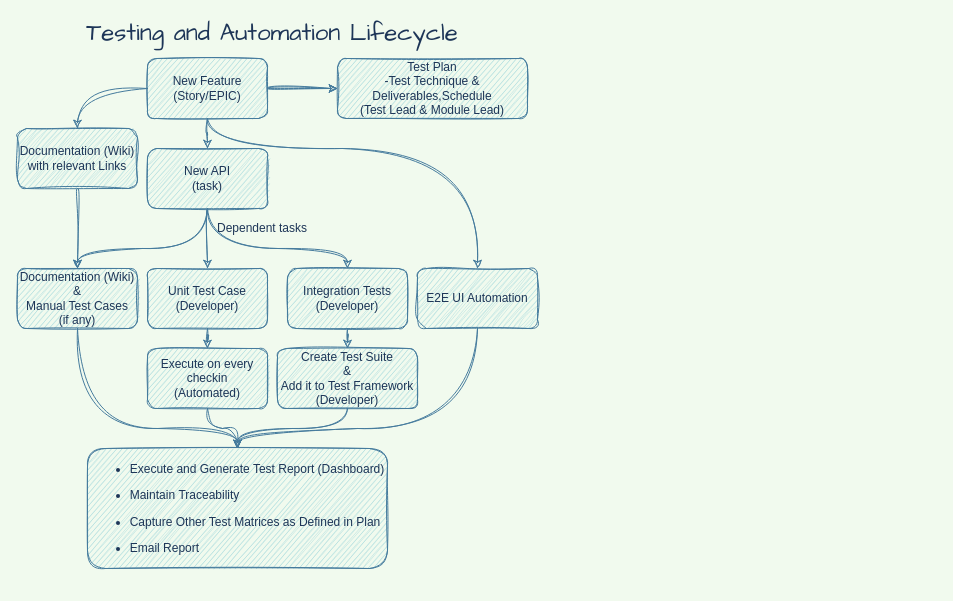
ashokmazumder/adobe keeps this draw.io diagram as FeatureWorkflow.drawio. Above is the earlier version. Source tidied: cells renumbered, new cells numbered last; positions are measured from the earlier drawing's top-left corner, leaving out a move shared by most shapes. Both pictures are drawn from the tidied source at 100%, with x=0, y=0 at pixel (17, 28).
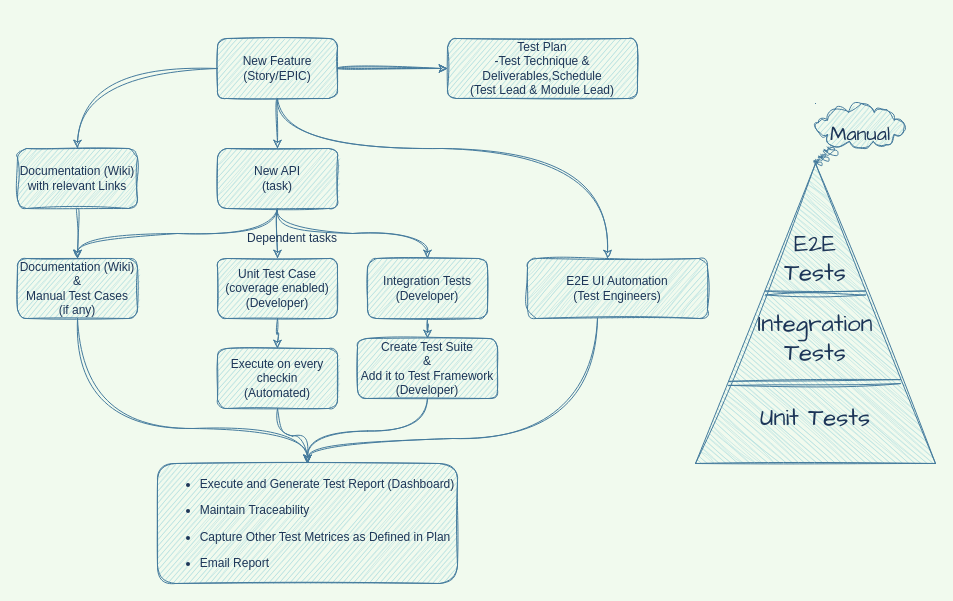
The same diagram, later.

Change to the diagram source:
```diff
@@
-    <mxCell id="4" style="edgeStyle=orthogonalEdgeStyle;curved=1;sketch=1;hachureGap=4;jiggle=2;jettySize=auto;html=1;strokeColor=#457B9D;fontFamily=Helvetica;fontSize=12;fontColor=#1D3557;" parent="1" edge="1" source="7" target="26">
+    <mxCell id="4" style="edgeStyle=orthogonalEdgeStyle;curved=1;sketch=1;hachureGap=4;jiggle=2;jettySize=auto;html=1;strokeColor=#457B9D;fontFamily=Helvetica;fontSize=12;fontColor=#1D3557;labelBackgroundColor=#F1FAEE;" parent="1" edge="1" source="7" target="26">
       <mxGeometry relative="1" as="geometry" />
     </mxCell>
-    <mxCell id="5" style="edgeStyle=orthogonalEdgeStyle;curved=1;sketch=1;hachureGap=4;jiggle=2;jettySize=auto;html=1;strokeColor=#457B9D;fontFamily=Helvetica;fontSize=12;fontColor=#1D3557;" parent="1" edge="1" source="7" target="8">
+    <mxCell id="5" style="edgeStyle=orthogonalEdgeStyle;curved=1;sketch=1;hachureGap=4;jiggle=2;jettySize=auto;html=1;strokeColor=#457B9D;fontFamily=Helvetica;fontSize=12;fontColor=#1D3557;labelBackgroundColor=#F1FAEE;" parent="1" edge="1" source="7" target="8">
       <mxGeometry relative="1" as="geometry" />
     </mxCell>
-    <mxCell id="6" style="edgeStyle=orthogonalEdgeStyle;curved=1;sketch=1;hachureGap=4;jiggle=2;jettySize=auto;html=1;strokeColor=#457B9D;fontFamily=Helvetica;fontSize=12;fontColor=#1D3557;" parent="1" edge="1" source="7" target="28">
+    <mxCell id="6" style="edgeStyle=orthogonalEdgeStyle;curved=1;sketch=1;hachureGap=4;jiggle=2;jettySize=auto;html=1;strokeColor=#457B9D;fontFamily=Helvetica;fontSize=12;fontColor=#1D3557;labelBackgroundColor=#F1FAEE;" parent="1" edge="1" source="7" target="28">
       <mxGeometry relative="1" as="geometry">
         <Array as="points">
-          <mxPoint x="190" y="120" />
-          <mxPoint x="460" y="120" />
+          <mxPoint x="260" y="120" />
+          <mxPoint x="590" y="120" />
         </Array>
       </mxGeometry>
     </mxCell>
     <mxCell id="7" value="New Feature&lt;br&gt;(Story/EPIC)" style="rounded=1;whiteSpace=wrap;html=1;fillColor=#A8DADC;strokeColor=#457B9D;fontColor=#1D3557;sketch=1;" parent="1" vertex="1">
-      <mxGeometry x="130" y="30" width="120" height="60" as="geometry" />
+      <mxGeometry x="200" y="10" width="120" height="60" as="geometry" />
     </mxCell>
     <mxCell id="8" value="Test Plan &lt;br&gt;-Test Technique &amp;amp; Deliverables,Schedule&lt;br&gt;(Test Lead &amp;amp; Module Lead)" style="rounded=1;whiteSpace=wrap;html=1;fillColor=#A8DADC;strokeColor=#457B9D;fontColor=#1D3557;sketch=1;" parent="1" vertex="1">
-      <mxGeometry x="320" y="30" width="190" height="60" as="geometry" />
+      <mxGeometry x="430" y="10" width="190" height="60" as="geometry" />
     </mxCell>
+    <mxCell id="10" style="edgeStyle=orthogonalEdgeStyle;rounded=1;jettySize=auto;html=1;entryX=0.5;entryY=0;entryDx=0;entryDy=0;labelBackgroundColor=#F1FAEE;strokeColor=#457B9D;fontColor=#1D3557;curved=1;sketch=1;" parent="1" edge="1" source="12" target="16">
+      <mxGeometry relative="1" as="geometry" />
+    </mxCell>
+    <mxCell id="30" style="edgeStyle=orthogonalEdgeStyle;curved=1;sketch=1;hachureGap=4;jiggle=2;jettySize=auto;html=1;exitX=0.5;exitY=1;exitDx=0;exitDy=0;entryX=0.5;entryY=0;entryDx=0;entryDy=0;strokeColor=#457B9D;fontFamily=Architects Daughter;fontSize=24;fontColor=#1D3557;labelBackgroundColor=#F1FAEE;" parent="1" edge="1" source="12" target="14">
+      <mxGeometry relative="1" as="geometry" />
+    </mxCell>
-    <mxCell id="9" style="edgeStyle=orthogonalEdgeStyle;rounded=1;jettySize=auto;html=1;exitX=0.5;exitY=1;exitDx=0;exitDy=0;labelBackgroundColor=#F1FAEE;strokeColor=#457B9D;fontColor=#1D3557;curved=1;sketch=1;" parent="1" edge="1" source="12" target="22">
-      <mxGeometry relative="1" as="geometry">
-        <Array as="points">
-          <mxPoint x="190" y="220" />
-          <mxPoint x="60" y="220" />
-        </Array>
-      </mxGeometry>
+    <mxCell id="9" style="edgeStyle=orthogonalEdgeStyle;curved=1;sketch=1;hachureGap=4;jiggle=2;jettySize=auto;html=1;exitX=0.5;exitY=1;exitDx=0;exitDy=0;entryX=0.5;entryY=0;entryDx=0;entryDy=0;strokeColor=#457B9D;fontFamily=Architects Daughter;fontSize=24;fontColor=#1D3557;labelBackgroundColor=#F1FAEE;" parent="1" edge="1" source="12" target="22">
+      <mxGeometry relative="1" as="geometry" />
     </mxCell>
-    <mxCell id="10" style="edgeStyle=orthogonalEdgeStyle;rounded=1;jettySize=auto;html=1;entryX=0.5;entryY=0;entryDx=0;entryDy=0;labelBackgroundColor=#F1FAEE;strokeColor=#457B9D;fontColor=#1D3557;curved=1;sketch=1;" parent="1" edge="1" source="12" target="16">
-      <mxGeometry relative="1" as="geometry" />
-    </mxCell>
-    <mxCell id="11" style="edgeStyle=orthogonalEdgeStyle;rounded=1;jettySize=auto;html=1;entryX=0.5;entryY=0;entryDx=0;entryDy=0;labelBackgroundColor=#F1FAEE;strokeColor=#457B9D;fontColor=#1D3557;curved=1;sketch=1;" parent="1" edge="1" target="14">
-      <mxGeometry relative="1" as="geometry">
-        <mxPoint x="190" y="180" as="sourcePoint" />
-        <Array as="points">
-          <mxPoint x="190" y="220" />
-          <mxPoint x="330" y="220" />
-        </Array>
-      </mxGeometry>
-    </mxCell>
     <mxCell id="12" value="New API&lt;br&gt;(task)" style="whiteSpace=wrap;html=1;rounded=1;fillColor=#A8DADC;strokeColor=#457B9D;fontColor=#1D3557;sketch=1;" parent="1" vertex="1">
-      <mxGeometry x="130" y="120" width="120" height="60" as="geometry" />
+      <mxGeometry x="200" y="120" width="120" height="60" as="geometry" />
     </mxCell>
@@
     <mxCell id="14" value="Integration Tests&lt;br&gt;(Developer)" style="whiteSpace=wrap;html=1;rounded=1;fillColor=#A8DADC;strokeColor=#457B9D;fontColor=#1D3557;sketch=1;" parent="1" vertex="1">
-      <mxGeometry x="270" y="240" width="120" height="60" as="geometry" />
+      <mxGeometry x="350" y="230" width="120" height="60" as="geometry" />
     </mxCell>
@@
-    <mxCell id="16" value="Unit Test Case&lt;br&gt;(Developer)" style="whiteSpace=wrap;html=1;rounded=1;fillColor=#A8DADC;strokeColor=#457B9D;fontColor=#1D3557;sketch=1;" parent="1" vertex="1">
-      <mxGeometry x="130" y="240" width="120" height="60" as="geometry" />
+    <mxCell id="16" value="Unit Test Case (coverage enabled)&lt;br&gt;(Developer)" style="whiteSpace=wrap;html=1;rounded=1;fillColor=#A8DADC;strokeColor=#457B9D;fontColor=#1D3557;sketch=1;" parent="1" vertex="1">
+      <mxGeometry x="200" y="230" width="120" height="60" as="geometry" />
     </mxCell>
@@
     <mxCell id="18" value="Create Test Suite&lt;br&gt;&amp;amp;&lt;br&gt;Add it to Test Framework&lt;br&gt;(Developer)" style="whiteSpace=wrap;html=1;rounded=1;fillColor=#A8DADC;strokeColor=#457B9D;fontColor=#1D3557;sketch=1;" parent="1" vertex="1">
-      <mxGeometry x="260" y="320" width="140" height="60" as="geometry" />
+      <mxGeometry x="340" y="310" width="140" height="60" as="geometry" />
     </mxCell>
-    <mxCell id="19" style="edgeStyle=orthogonalEdgeStyle;curved=1;sketch=1;hachureGap=4;jiggle=2;jettySize=auto;html=1;strokeColor=#457B9D;fontFamily=Helvetica;fontSize=12;fontColor=#1D3557;" parent="1" edge="1" source="20" target="23">
+    <mxCell id="19" style="edgeStyle=orthogonalEdgeStyle;curved=1;sketch=1;hachureGap=4;jiggle=2;jettySize=auto;html=1;strokeColor=#457B9D;fontFamily=Helvetica;fontSize=12;fontColor=#1D3557;labelBackgroundColor=#F1FAEE;" parent="1" edge="1" source="20" target="23">
       <mxGeometry relative="1" as="geometry" />
     </mxCell>
     <mxCell id="20" value="Execute on every checkin&lt;br&gt;(Automated)" style="whiteSpace=wrap;html=1;rounded=1;fillColor=#A8DADC;strokeColor=#457B9D;fontColor=#1D3557;sketch=1;" parent="1" vertex="1">
-      <mxGeometry x="130" y="320" width="120" height="60" as="geometry" />
+      <mxGeometry x="200" y="320" width="120" height="60" as="geometry" />
     </mxCell>
-    <mxCell id="21" style="edgeStyle=orthogonalEdgeStyle;curved=1;sketch=1;hachureGap=4;jiggle=2;jettySize=auto;html=1;strokeColor=#457B9D;fontFamily=Helvetica;fontSize=12;fontColor=#1D3557;entryX=0.5;entryY=0;entryDx=0;entryDy=0;" parent="1" edge="1" source="22" target="23">
+    <mxCell id="21" style="edgeStyle=orthogonalEdgeStyle;curved=1;sketch=1;hachureGap=4;jiggle=2;jettySize=auto;html=1;strokeColor=#457B9D;fontFamily=Architects Daughter;fontSize=24;fontColor=#1D3557;exitX=0.5;exitY=1;exitDx=0;exitDy=0;labelBackgroundColor=#F1FAEE;" parent="1" edge="1" source="22" target="23">
       <mxGeometry relative="1" as="geometry">
         <Array as="points">
           <mxPoint x="60" y="400" />
-          <mxPoint x="220" y="400" />
+          <mxPoint x="290" y="400" />
         </Array>
       </mxGeometry>
     </mxCell>
     <mxCell id="22" value="Documentation (Wiki)&lt;br&gt;&amp;amp;&lt;br&gt;Manual Test Cases &lt;br&gt;(if any)" style="whiteSpace=wrap;html=1;rounded=1;fillColor=#A8DADC;strokeColor=#457B9D;fontColor=#1D3557;sketch=1;" parent="1" vertex="1">
-      <mxGeometry y="240" width="120" height="60" as="geometry" />
+      <mxGeometry y="230" width="120" height="60" as="geometry" />
     </mxCell>
-    <mxCell id="23" value="&lt;div style=&quot;text-align: left;&quot;&gt;&lt;ul&gt;&lt;li&gt;&lt;span style=&quot;background-color: initial;&quot;&gt;Execute and Generate Test Report (Dashboard)&lt;/span&gt;&lt;/li&gt;&lt;/ul&gt;&lt;ul&gt;&lt;li&gt;&lt;span style=&quot;background-color: initial;&quot;&gt;Maintain&amp;nbsp;&lt;/span&gt;Traceability&lt;/li&gt;&lt;/ul&gt;&lt;ul&gt;&lt;li&gt;Capture Other Test Matrices as Defined in Plan&lt;/li&gt;&lt;/ul&gt;&lt;ul&gt;&lt;li&gt;Email Report&lt;/li&gt;&lt;/ul&gt;&lt;/div&gt;" style="whiteSpace=wrap;html=1;rounded=1;fillColor=#A8DADC;strokeColor=#457B9D;fontColor=#1D3557;sketch=1;" parent="1" vertex="1">
-      <mxGeometry x="70" y="420" width="300" height="120" as="geometry" />
+    <mxCell id="23" value="&lt;div style=&quot;text-align: left;&quot;&gt;&lt;ul&gt;&lt;li&gt;&lt;span style=&quot;background-color: initial;&quot;&gt;Execute and Generate Test Report (Dashboard)&lt;/span&gt;&lt;/li&gt;&lt;/ul&gt;&lt;ul&gt;&lt;li&gt;&lt;span style=&quot;background-color: initial;&quot;&gt;Maintain&amp;nbsp;&lt;/span&gt;Traceability&lt;/li&gt;&lt;/ul&gt;&lt;ul&gt;&lt;li&gt;Capture Other Test Metrices as Defined in Plan&lt;/li&gt;&lt;/ul&gt;&lt;ul&gt;&lt;li&gt;Email Report&lt;/li&gt;&lt;/ul&gt;&lt;/div&gt;" style="whiteSpace=wrap;html=1;rounded=1;fillColor=#A8DADC;strokeColor=#457B9D;fontColor=#1D3557;sketch=1;" parent="1" vertex="1">
+      <mxGeometry x="140" y="435" width="300" height="120" as="geometry" />
     </mxCell>
-    <mxCell id="24" value="&lt;font color=&quot;#1d3557&quot;&gt;Dependent tasks&lt;/font&gt;" style="text;html=1;strokeColor=none;fillColor=none;align=center;verticalAlign=middle;whiteSpace=wrap;rounded=0;sketch=1;hachureGap=4;jiggle=2;fontFamily=Helvetica;fontSize=12;" parent="1" vertex="1">
-      <mxGeometry x="180" y="190" width="130" height="20" as="geometry" />
+    <mxCell id="24" value="&lt;font color=&quot;#1d3557&quot;&gt;Dependent tasks&lt;/font&gt;" style="text;html=1;strokeColor=none;fillColor=none;align=center;verticalAlign=middle;whiteSpace=wrap;rounded=0;sketch=1;hachureGap=4;jiggle=2;fontFamily=Helvetica;fontSize=12;fontColor=#1D3557;" parent="1" vertex="1">
+      <mxGeometry x="210" y="200" width="130" height="20" as="geometry" />
     </mxCell>
-    <mxCell id="25" style="edgeStyle=orthogonalEdgeStyle;curved=1;sketch=1;hachureGap=4;jiggle=2;jettySize=auto;html=1;entryX=0.5;entryY=0;entryDx=0;entryDy=0;strokeColor=#457B9D;fontFamily=Helvetica;fontSize=12;fontColor=#1D3557;" parent="1" edge="1" source="26" target="22">
+    <mxCell id="25" style="edgeStyle=orthogonalEdgeStyle;curved=1;sketch=1;hachureGap=4;jiggle=2;jettySize=auto;html=1;entryX=0.5;entryY=0;entryDx=0;entryDy=0;strokeColor=#457B9D;fontFamily=Helvetica;fontSize=12;fontColor=#1D3557;labelBackgroundColor=#F1FAEE;" parent="1" edge="1" source="26" target="22">
       <mxGeometry relative="1" as="geometry" />
     </mxCell>
     <mxCell id="26" value="Documentation (Wiki)&lt;br&gt;with relevant Links" style="rounded=1;whiteSpace=wrap;html=1;fillColor=#A8DADC;strokeColor=#457B9D;fontColor=#1D3557;sketch=1;hachureGap=4;jiggle=2;fontFamily=Helvetica;fontSize=12;" parent="1" vertex="1">
-      <mxGeometry y="100" width="120" height="60" as="geometry" />
+      <mxGeometry y="120" width="120" height="60" as="geometry" />
     </mxCell>
-    <mxCell id="27" style="edgeStyle=orthogonalEdgeStyle;curved=1;sketch=1;hachureGap=4;jiggle=2;jettySize=auto;html=1;entryX=0.5;entryY=0;entryDx=0;entryDy=0;strokeColor=#457B9D;fontFamily=Helvetica;fontSize=12;fontColor=#1D3557;" parent="1" edge="1" source="28" target="23">
+    <mxCell id="27" style="edgeStyle=orthogonalEdgeStyle;curved=1;sketch=1;hachureGap=4;jiggle=2;jettySize=auto;html=1;strokeColor=#457B9D;fontFamily=Architects Daughter;fontSize=24;fontColor=#1D3557;labelBackgroundColor=#F1FAEE;" parent="1" edge="1" source="28" target="23">
       <mxGeometry relative="1" as="geometry">
         <Array as="points">
-          <mxPoint x="460" y="400" />
-          <mxPoint x="220" y="400" />
+          <mxPoint x="580" y="410" />
+          <mxPoint x="290" y="410" />
         </Array>
       </mxGeometry>
     </mxCell>
-    <mxCell id="28" value="E2E UI Automation" style="rounded=1;whiteSpace=wrap;html=1;fillColor=#A8DADC;strokeColor=#457B9D;fontColor=#1D3557;sketch=1;hachureGap=4;jiggle=2;fontFamily=Helvetica;fontSize=12;" parent="1" vertex="1">
-      <mxGeometry x="400" y="240" width="120" height="60" as="geometry" />
+    <mxCell id="28" value="E2E UI Automation&lt;br&gt;(Test Engineers)" style="rounded=1;whiteSpace=wrap;html=1;fillColor=#A8DADC;strokeColor=#457B9D;fontColor=#1D3557;sketch=1;hachureGap=4;jiggle=2;fontFamily=Helvetica;fontSize=12;" parent="1" vertex="1">
+      <mxGeometry x="510" y="230" width="180" height="60" as="geometry" />
     </mxCell>
-    <mxCell id="29" value="&lt;font face=&quot;Architects Daughter&quot; style=&quot;font-size: 24px;&quot;&gt;Testing and Automation Lifecycle&lt;/font&gt;" style="text;html=1;strokeColor=none;fillColor=none;align=center;verticalAlign=middle;whiteSpace=wrap;rounded=0;sketch=1;hachureGap=4;jiggle=2;fontFamily=Helvetica;fontSize=12;fontColor=#1D3557;" parent="1" vertex="1">
-      <mxGeometry x="60" width="390" height="10" as="geometry" />
-    </mxCell>
+    <mxCell id="31" style="triangle;whiteSpace=wrap;html=1;sketch=1;hachureGap=4;jiggle=2;fontFamily=Architects Daughter;fontSize=24;fontColor=#1D3557;direction=north;fillColor=#A8DADC;strokeColor=#457B9D;" parent="1" vertex="1">
+      <mxGeometry x="678" y="135" width="240" height="300" as="geometry" />
+    </mxCell>
+    <mxCell id="32" style="shape=link;html=1;sketch=1;hachureGap=4;jiggle=2;strokeColor=#457B9D;fontFamily=Architects Daughter;fontSize=24;fontColor=#1D3557;curved=1;exitX=0.267;exitY=0.138;exitDx=0;exitDy=0;exitPerimeter=0;entryX=0.273;entryY=0.854;entryDx=0;entryDy=0;entryPerimeter=0;labelBackgroundColor=#F1FAEE;" parent="1" edge="1" source="31" target="31">
+      <mxGeometry relative="1" as="geometry" />
+    </mxCell>
+    <mxCell id="33" style="shape=link;html=1;sketch=1;hachureGap=4;jiggle=2;strokeColor=#457B9D;fontFamily=Architects Daughter;fontSize=24;fontColor=#1D3557;curved=1;labelBackgroundColor=#F1FAEE;" parent="1" edge="1">
+      <mxGeometry relative="1" as="geometry">
+        <mxPoint x="748" y="264.5" as="sourcePoint" />
+        <mxPoint x="848" y="264.5" as="targetPoint" />
+      </mxGeometry>
+    </mxCell>
+    <mxCell id="34" value="Unit Tests" style="text;html=1;strokeColor=none;fillColor=none;align=center;verticalAlign=middle;whiteSpace=wrap;rounded=0;shadow=0;glass=0;sketch=1;hachureGap=4;jiggle=2;fontFamily=Architects Daughter;fontSize=24;fontColor=#1D3557;" parent="1" vertex="1">
+      <mxGeometry x="728" y="375" width="140" height="30" as="geometry" />
+    </mxCell>
+    <mxCell id="35" value="Integration&lt;br&gt;Tests" style="text;html=1;strokeColor=none;fillColor=none;align=center;verticalAlign=middle;whiteSpace=wrap;rounded=0;shadow=0;glass=0;sketch=1;hachureGap=4;jiggle=2;fontFamily=Architects Daughter;fontSize=24;fontColor=#1D3557;" parent="1" vertex="1">
+      <mxGeometry x="728" y="295" width="140" height="30" as="geometry" />
+    </mxCell>
+    <mxCell id="36" value="E2E&lt;br&gt;Tests" style="text;html=1;strokeColor=none;fillColor=none;align=center;verticalAlign=middle;whiteSpace=wrap;rounded=0;shadow=0;glass=0;sketch=1;hachureGap=4;jiggle=2;fontFamily=Architects Daughter;fontSize=24;fontColor=#1D3557;" parent="1" vertex="1">
+      <mxGeometry x="728" y="215" width="140" height="30" as="geometry" />
+    </mxCell>
+    <mxCell id="37" value="Manual" style="whiteSpace=wrap;html=1;shape=mxgraph.basic.cloud_callout;sketch=1;hachureGap=4;jiggle=2;strokeColor=#457B9D;fontFamily=Architects Daughter;fontSize=20;fontColor=#1D3557;fillColor=#A8DADC;" parent="1" vertex="1">
+      <mxGeometry x="798" y="75" width="90" height="60" as="geometry" />
+    </mxCell>
```
